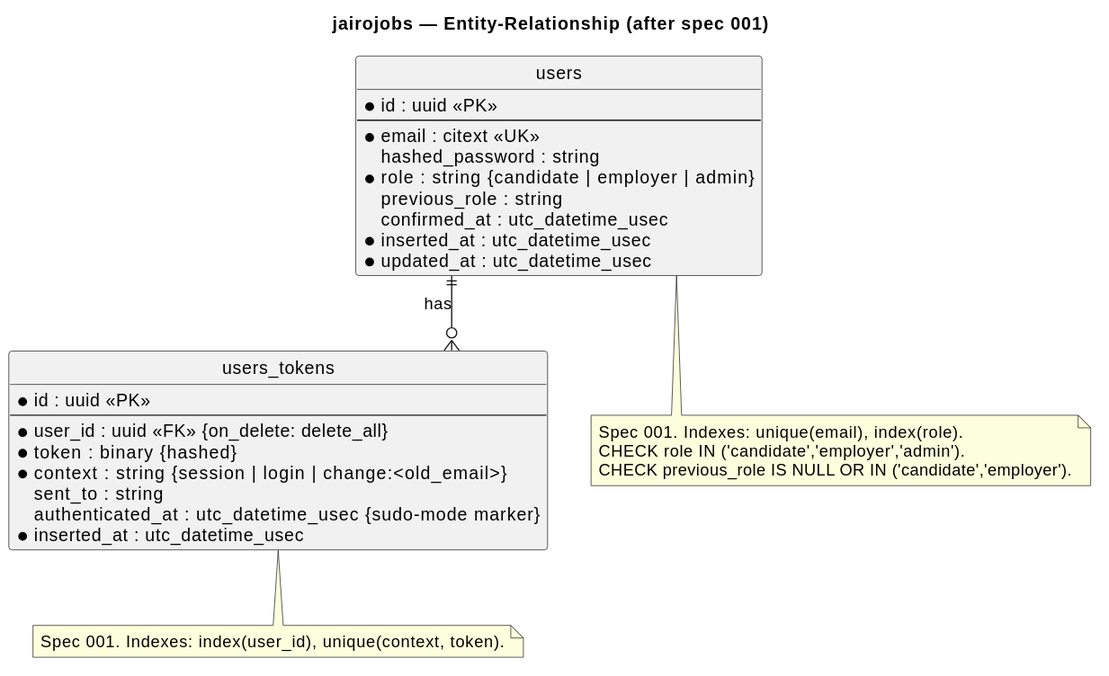
raseniero/jairojobs-elixir keeps this PlantUML diagram as docs/architecture/diagrams/out/erd-jairojobs.svg. Above is the earlier version.
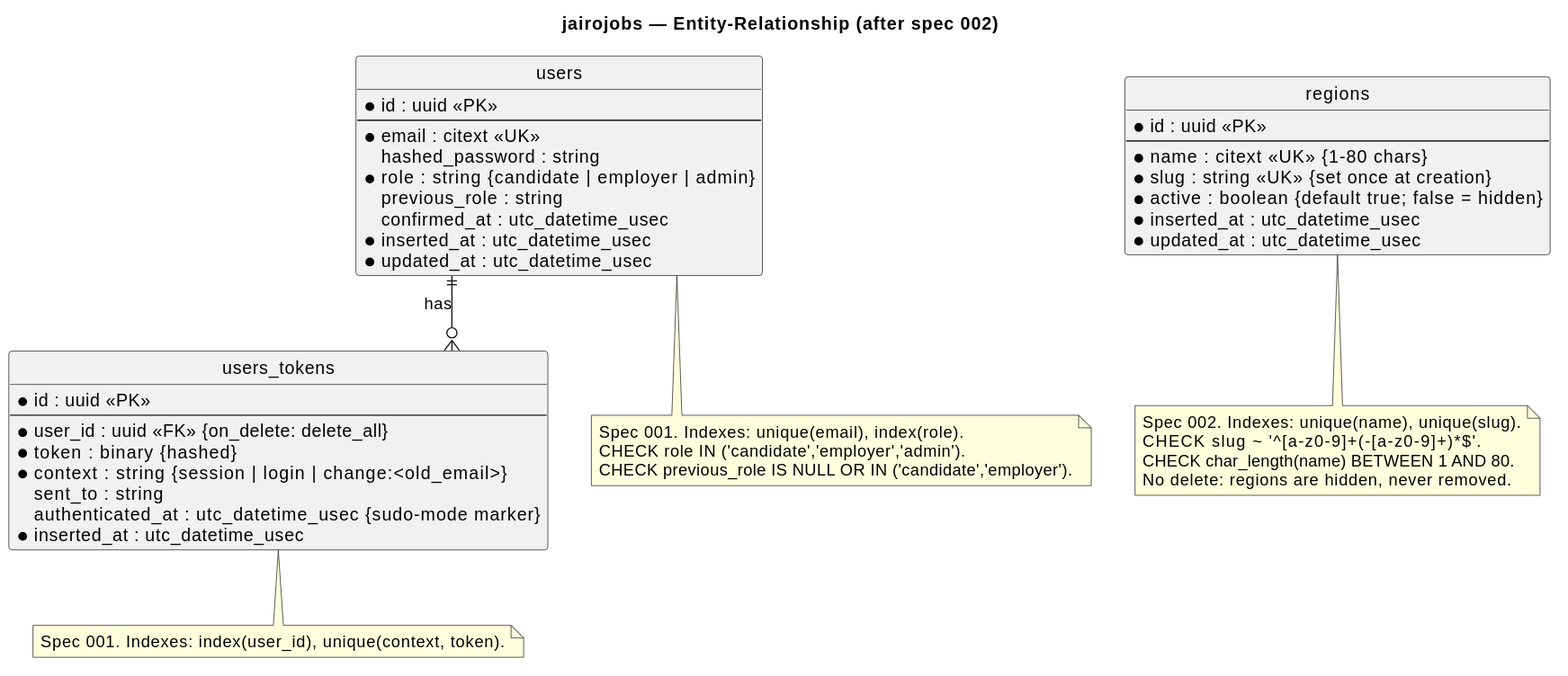
Above is the later version.

Commit message:
docs(spec 002): architecture docs, DoD walk; in progress until CI

The edit, as a diff of the source:
```diff
@@ -1,6 +1,6 @@
 @startuml
 
-title jairojobs — Entity-Relationship (after spec 001)
+title jairojobs — Entity-Relationship (after spec 002)
 
 skinparam linetype ortho
 hide circle
@@ -28,6 +28,16 @@
   * inserted_at : utc_datetime_usec
 }
 
+entity "regions" as regions {
+  * id : uuid <<PK>>
+  --
+  * name : citext <<UK>>  {1-80 chars}
+  * slug : string <<UK>>  {set once at creation}
+  * active : boolean  {default true; false = hidden}
+  * inserted_at : utc_datetime_usec
+  * updated_at : utc_datetime_usec
+}
+
 users ||--o{ users_tokens : "has"
 
 note bottom of users
@@ -40,4 +50,11 @@
   Spec 001. Indexes: index(user_id), unique(context, token).
 end note
 
+note bottom of regions
+  Spec 002. Indexes: unique(name), unique(slug).
+  CHECK slug ~ '^[a-z0-9]+(-[a-z0-9]+)*$'.
+  CHECK char_length(name) BETWEEN 1 AND 80.
+  No delete: regions are hidden, never removed.
+end note
+
 @enduml
```
